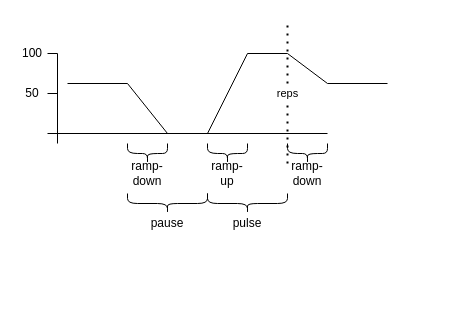
AlmCoding/sternenhimmel keeps this draw.io diagram as arduino/esp32-daisy-chain/info.drawio. Above is the earlier version. Source tidied: cells renumbered, new cells numbered last; positions are measured from the earlier drawing's top-left corner, leaving out a move shared by most shapes. Both pictures are drawn from the tidied source at 100%, with x=0, y=0 at pixel (17, 23).
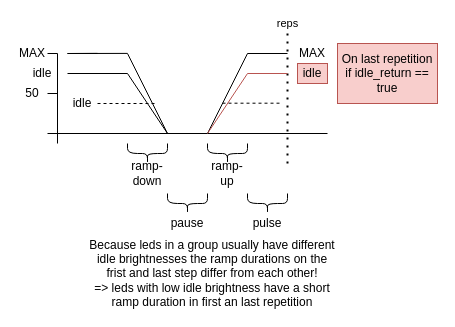
After the change.

Diff of the diagram source:
```diff
@@
     <mxCell id="2" style="endArrow=none;html=1;rounded=0;fillColor=#f8cecc;strokeColor=#000000;" parent="1" edge="1">
       <mxGeometry relative="1" as="geometry">
-        <mxPoint x="50" y="60" as="sourcePoint" />
-        <mxPoint x="110" y="60" as="targetPoint" />
+        <mxPoint x="50" y="50" as="sourcePoint" />
+        <mxPoint x="110" y="50" as="targetPoint" />
       </mxGeometry>
     </mxCell>
@@
-    <mxCell id="5" value="100" style="text;html=1;align=center;verticalAlign=middle;whiteSpace=wrap;rounded=0;" parent="1" vertex="1">
+    <mxCell id="5" value="MAX" style="text;html=1;align=center;verticalAlign=middle;whiteSpace=wrap;rounded=0;" parent="1" vertex="1">
       <mxGeometry y="20" width="30" height="20" as="geometry" />
     </mxCell>
@@
     <mxCell id="9" style="endArrow=none;html=1;rounded=0;" parent="1" edge="1">
       <mxGeometry relative="1" as="geometry">
-        <mxPoint x="110" y="60" as="sourcePoint" />
+        <mxPoint x="110" y="50" as="sourcePoint" />
         <mxPoint x="150" y="110" as="targetPoint" />
       </mxGeometry>
     </mxCell>
@@
     <mxCell id="13" style="shape=curlyBracket;whiteSpace=wrap;html=1;rounded=1;labelPosition=left;verticalLabelPosition=middle;align=right;verticalAlign=middle;rotation=-90;" parent="1" vertex="1">
-      <mxGeometry x="140" y="140" width="20" height="80" as="geometry" />
+      <mxGeometry x="160" y="160" width="20" height="40" as="geometry" />
     </mxCell>
@@
     <mxCell id="15" value="reps" style="endArrow=none;dashed=1;html=1;dashPattern=1 3;strokeWidth=2;rounded=0;" parent="1" edge="1">
-      <mxGeometry relative="1" as="geometry">
+      <mxGeometry x="1" relative="1" as="geometry">
         <mxPoint x="270" y="140" as="sourcePoint" />
         <mxPoint x="270" as="targetPoint" />
       </mxGeometry>
     </mxCell>
-    <mxCell id="16" style="endArrow=none;html=1;rounded=0;" parent="1" edge="1">
-      <mxGeometry relative="1" as="geometry">
-        <mxPoint x="270" y="30" as="sourcePoint" />
-        <mxPoint x="310" y="60" as="targetPoint" />
-      </mxGeometry>
-    </mxCell>
-    <mxCell id="17" style="endArrow=none;html=1;rounded=0;fillColor=#f8cecc;strokeColor=#000000;" parent="1" edge="1">
-      <mxGeometry relative="1" as="geometry">
-        <mxPoint x="310" y="60" as="sourcePoint" />
-        <mxPoint x="370" y="60" as="targetPoint" />
-      </mxGeometry>
-    </mxCell>
@@
     <mxCell id="20" value="pause" style="text;html=1;align=center;verticalAlign=middle;whiteSpace=wrap;rounded=0;" parent="1" vertex="1">
-      <mxGeometry x="135" y="190" width="30" height="20" as="geometry" />
+      <mxGeometry x="155" y="190" width="30" height="20" as="geometry" />
     </mxCell>
     <mxCell id="21" style="shape=curlyBracket;whiteSpace=wrap;html=1;rounded=1;labelPosition=left;verticalLabelPosition=middle;align=right;verticalAlign=middle;rotation=-90;" parent="1" vertex="1">
-      <mxGeometry x="220" y="140" width="20" height="80" as="geometry" />
+      <mxGeometry x="240" y="160" width="20" height="40" as="geometry" />
     </mxCell>
     <mxCell id="22" value="pulse" style="text;html=1;align=center;verticalAlign=middle;whiteSpace=wrap;rounded=0;" parent="1" vertex="1">
-      <mxGeometry x="215" y="190" width="30" height="20" as="geometry" />
+      <mxGeometry x="235" y="190" width="30" height="20" as="geometry" />
     </mxCell>
-    <mxCell id="23" style="shape=curlyBracket;whiteSpace=wrap;html=1;rounded=1;labelPosition=left;verticalLabelPosition=middle;align=right;verticalAlign=middle;rotation=-90;" parent="1" vertex="1">
-      <mxGeometry x="280" y="110" width="20" height="40" as="geometry" />
-    </mxCell>
-    <mxCell id="24" value="ramp-down" style="text;html=1;align=center;verticalAlign=middle;whiteSpace=wrap;rounded=0;" parent="1" vertex="1">
-      <mxGeometry x="275" y="140" width="30" height="20" as="geometry" />
-    </mxCell>
+    <mxCell id="25" style="endArrow=none;html=1;rounded=0;" parent="1" edge="1">
+      <mxGeometry relative="1" as="geometry">
+        <mxPoint x="110" y="30" as="sourcePoint" />
+        <mxPoint x="150" y="110" as="targetPoint" />
+      </mxGeometry>
+    </mxCell>
+    <mxCell id="26" style="endArrow=none;html=1;rounded=0;" parent="1" edge="1">
+      <mxGeometry relative="1" as="geometry">
+        <mxPoint x="80" y="29.9" as="sourcePoint" />
+        <mxPoint x="110" y="29.9" as="targetPoint" />
+        <Array as="points">
+          <mxPoint x="50" y="30" />
+        </Array>
+      </mxGeometry>
+    </mxCell>
+    <mxCell id="27" value="idle" style="text;html=1;align=center;verticalAlign=middle;whiteSpace=wrap;rounded=0;" parent="1" vertex="1">
+      <mxGeometry x="10" y="40" width="30" height="20" as="geometry" />
+    </mxCell>
+    <mxCell id="28" value="MAX" style="text;html=1;align=center;verticalAlign=middle;whiteSpace=wrap;rounded=0;" parent="1" vertex="1">
+      <mxGeometry x="280" y="20" width="30" height="20" as="geometry" />
+    </mxCell>
+    <mxCell id="29" style="endArrow=none;html=1;rounded=0;fillColor=#f8cecc;strokeColor=#b85450;" parent="1" edge="1">
+      <mxGeometry relative="1" as="geometry">
+        <mxPoint x="230" y="50" as="sourcePoint" />
+        <mxPoint x="270" y="50" as="targetPoint" />
+      </mxGeometry>
+    </mxCell>
+    <mxCell id="30" style="endArrow=none;html=1;rounded=0;fillColor=#f8cecc;strokeColor=#b85450;" parent="1" edge="1">
+      <mxGeometry relative="1" as="geometry">
+        <mxPoint x="230" y="50" as="sourcePoint" />
+        <mxPoint x="190" y="110" as="targetPoint" />
+      </mxGeometry>
+    </mxCell>
+    <mxCell id="31" value="idle" style="text;html=1;align=center;verticalAlign=middle;whiteSpace=wrap;rounded=0;fillColor=#f8cecc;strokeColor=#b85450;" parent="1" vertex="1">
+      <mxGeometry x="280" y="40" width="30" height="20" as="geometry" />
+    </mxCell>
+    <mxCell id="32" value="On last repetition if idle_return == true" style="text;html=1;align=center;verticalAlign=middle;whiteSpace=wrap;rounded=0;fillColor=#f8cecc;strokeColor=#b85450;" parent="1" vertex="1">
+      <mxGeometry x="320" y="20" width="100" height="60" as="geometry" />
+    </mxCell>
+    <mxCell id="33" style="endArrow=none;html=1;rounded=0;fillColor=#f8cecc;strokeColor=#000000;dashed=1;" parent="1" edge="1">
+      <mxGeometry relative="1" as="geometry">
+        <mxPoint x="80" y="80" as="sourcePoint" />
+        <mxPoint x="140" y="80" as="targetPoint" />
+      </mxGeometry>
+    </mxCell>
+    <mxCell id="34" style="endArrow=none;html=1;rounded=0;fillColor=#f8cecc;strokeColor=#000000;dashed=1;" parent="1" edge="1">
+      <mxGeometry relative="1" as="geometry">
+        <mxPoint x="205" y="79.7" as="sourcePoint" />
+        <mxPoint x="265" y="79.7" as="targetPoint" />
+      </mxGeometry>
+    </mxCell>
+    <mxCell id="35" value="idle" style="text;html=1;align=center;verticalAlign=middle;whiteSpace=wrap;rounded=0;" parent="1" vertex="1">
+      <mxGeometry x="50" y="70" width="30" height="20" as="geometry" />
+    </mxCell>
+    <mxCell id="36" value="Because leds in a group usually have different idle brightnesses the ramp durations on the frist and last step differ from each other!&lt;br&gt;=&amp;gt; leds with low idle brightness have a short ramp duration in first an last repetition" style="text;html=1;align=center;verticalAlign=middle;whiteSpace=wrap;rounded=0;" parent="1" vertex="1">
+      <mxGeometry x="70" y="220" width="250" height="60" as="geometry" />
+    </mxCell>
```
